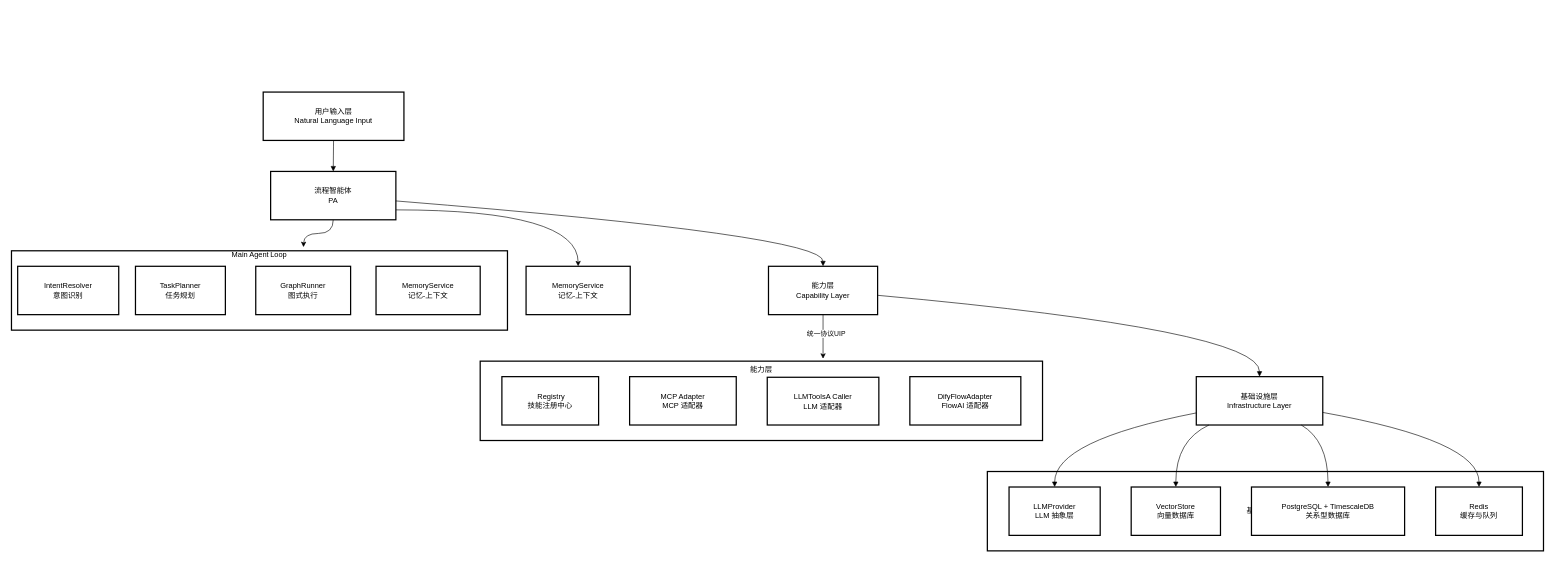
Earlier version of the draw.io diagram 业务流程端到端智能体.drawio (huawenyao/wenyao). Source tidied: cells renumbered, new cells numbered last; positions are measured from the earlier drawing's top-left corner, leaving out a move shared by most shapes. Both pictures are drawn from the tidied source at 62%, with x=0, y=0 at pixel (11, 92).
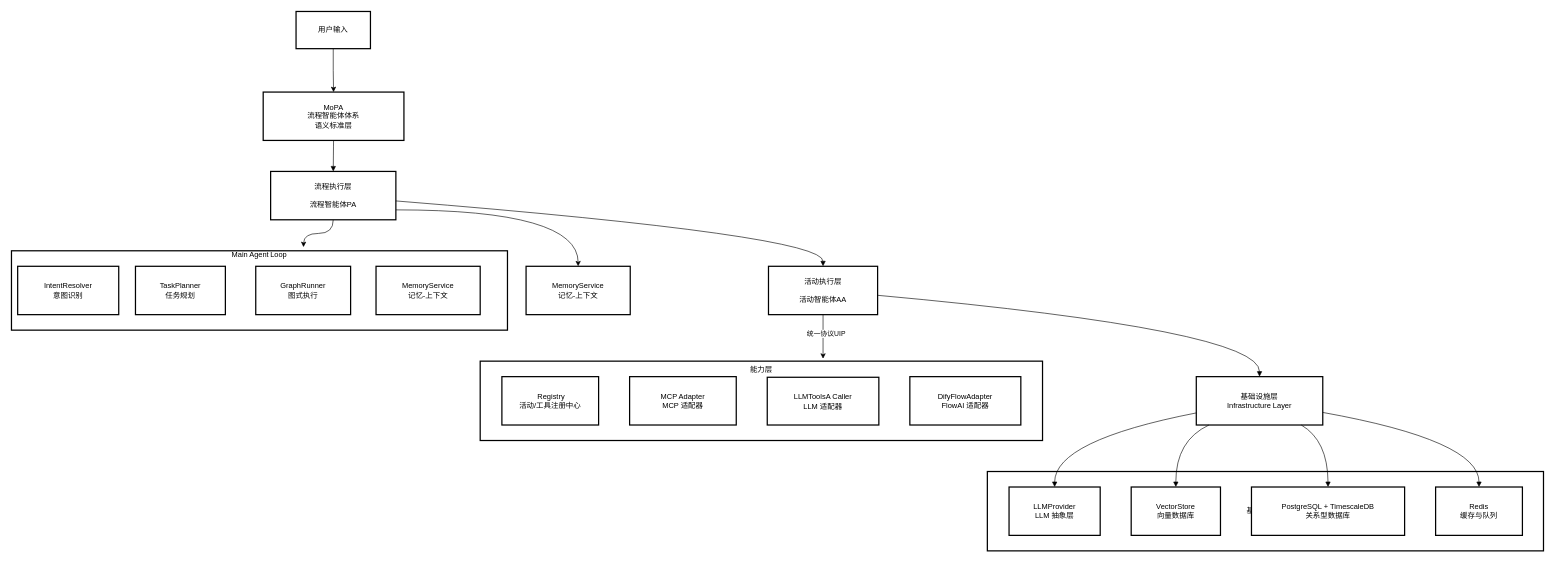
Above is the later version.

Commit message:
更新业务流程端到端智能体.drawio

Diff of the diagram source:
```diff
@@
-    <mxCell id="5" value="用户输入层&#10;Natural Language Input" style="whiteSpace=wrap;strokeWidth=2;" parent="1" vertex="1">
+    <mxCell id="5" value="MoPA&#10;流程智能体体系&#10;语义标准层" style="whiteSpace=wrap;strokeWidth=2;" parent="1" vertex="1">
       <mxGeometry x="406" width="227" height="78" as="geometry" />
     </mxCell>
@@
-    <mxCell id="8" value="流程智能体&#10;PA" style="whiteSpace=wrap;strokeWidth=2;" parent="1" vertex="1">
+    <mxCell id="8" value="流程执行层&#10;&#10;流程智能体PA" style="whiteSpace=wrap;strokeWidth=2;" parent="1" vertex="1">
       <mxGeometry x="418" y="128" width="202" height="78" as="geometry" />
     </mxCell>
@@
-    <mxCell id="11" value="能力层&#10;Capability Layer" style="whiteSpace=wrap;strokeWidth=2;" parent="1" vertex="1">
+    <mxCell id="11" value="活动执行层&#10;&#10;活动智能体AA" style="whiteSpace=wrap;strokeWidth=2;" parent="1" vertex="1">
       <mxGeometry x="1221" y="281" width="176" height="78" as="geometry" />
     </mxCell>
@@
-    <mxCell id="17" value=" Registry&#10;技能注册中心" style="whiteSpace=wrap;strokeWidth=2;" parent="1" vertex="1">
+    <mxCell id="17" value=" Registry&#10;活动/工具注册中心" style="whiteSpace=wrap;strokeWidth=2;" parent="1" vertex="1">
       <mxGeometry x="791" y="459" width="156" height="78" as="geometry" />
     </mxCell>
@@
+    <mxCell id="33" style="edgeStyle=orthogonalEdgeStyle;rounded=0;jettySize=auto;html=1;" parent="1" edge="1" source="34" target="5">
+      <mxGeometry relative="1" as="geometry" />
+    </mxCell>
+    <mxCell id="34" value="用户输入" style="whiteSpace=wrap;html=1;strokeWidth=2;" parent="1" vertex="1">
+      <mxGeometry x="459" y="-130" width="120" height="60" as="geometry" />
+    </mxCell>
```
